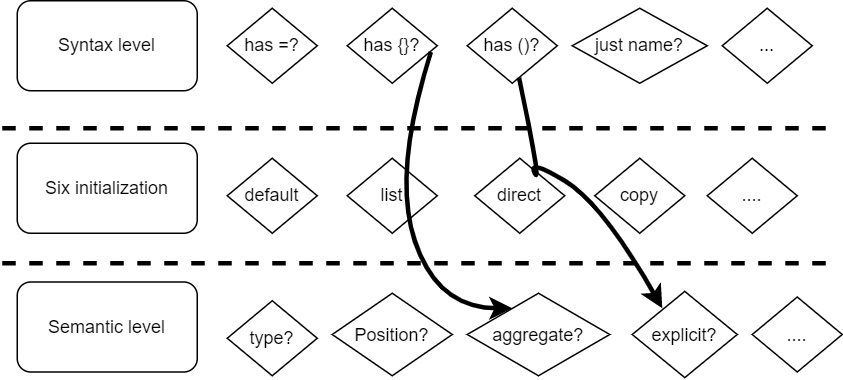
This is cpp/pics/sum_init.png from zhaoyan/dev_doc, a draw.io export, as it was before one commit. Source tidied: cells renumbered, new cells last; positions are measured from the earlier drawing's top-left corner, leaving out a move shared by most shapes.
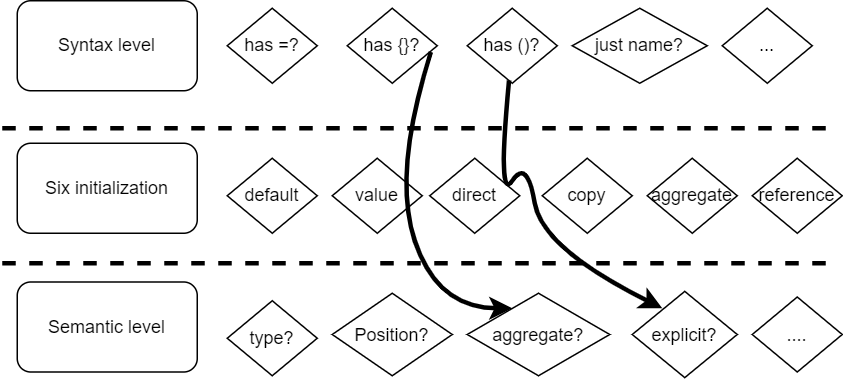
The same diagram one commit later.

Commit message:
finish init

What changed in the source:
```diff
@@ -41,17 +41,17 @@
     <mxCell id="12" value="default" style="rhombus;whiteSpace=wrap;html=1;" parent="1" vertex="1">
       <mxGeometry x="150" y="105" width="60" height="50" as="geometry" />
     </mxCell>
-    <mxCell id="13" value="list" style="rhombus;whiteSpace=wrap;html=1;" parent="1" vertex="1">
-      <mxGeometry x="230" y="105" width="60" height="50" as="geometry" />
+    <mxCell id="13" value="value" style="rhombus;whiteSpace=wrap;html=1;" parent="1" vertex="1">
+      <mxGeometry x="220" y="105" width="60" height="50" as="geometry" />
     </mxCell>
     <mxCell id="14" value="copy" style="rhombus;whiteSpace=wrap;html=1;" parent="1" vertex="1">
-      <mxGeometry x="395" y="105" width="60" height="50" as="geometry" />
+      <mxGeometry x="360" y="105" width="60" height="50" as="geometry" />
     </mxCell>
     <mxCell id="15" value="direct" style="rhombus;whiteSpace=wrap;html=1;" parent="1" vertex="1">
-      <mxGeometry x="315" y="105" width="60" height="50" as="geometry" />
+      <mxGeometry x="285" y="105" width="60" height="50" as="geometry" />
     </mxCell>
-    <mxCell id="16" value="...." style="rhombus;whiteSpace=wrap;html=1;" parent="1" vertex="1">
-      <mxGeometry x="470" y="105" width="60" height="50" as="geometry" />
+    <mxCell id="16" value="aggregate" style="rhombus;whiteSpace=wrap;html=1;" parent="1" vertex="1">
+      <mxGeometry x="430" y="105" width="60" height="50" as="geometry" />
     </mxCell>
     <mxCell id="17" value="type?" style="rhombus;whiteSpace=wrap;html=1;" parent="1" vertex="1">
       <mxGeometry x="150" y="200" width="60" height="50" as="geometry" />
@@ -71,9 +71,9 @@
     <mxCell id="22" style="curved=1;endArrow=classic;html=1;rounded=0;strokeWidth=3;entryX=0.286;entryY=0.196;entryDx=0;entryDy=0;entryPerimeter=0;" parent="1" edge="1" source="7" target="19">
       <mxGeometry relative="1" as="geometry">
         <Array as="points">
-          <mxPoint x="360" y="125" />
+          <mxPoint x="330" y="135" />
           <mxPoint x="350" y="105" />
-          <mxPoint x="400" y="135" />
+          <mxPoint x="360" y="165" />
         </Array>
       </mxGeometry>
     </mxCell>
@@ -86,5 +86,8 @@
         </Array>
       </mxGeometry>
     </mxCell>
+    <mxCell id="24" value="reference" style="rhombus;whiteSpace=wrap;html=1;" parent="1" vertex="1">
+      <mxGeometry x="500" y="105" width="60" height="50" as="geometry" />
+    </mxCell>
   </root>
 </mxGraphModel>
```
